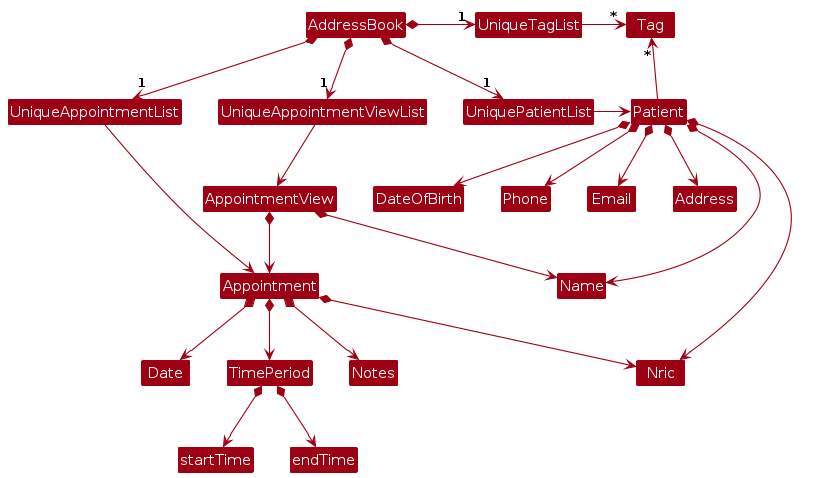
The PlantUML diagram diagrams/BetterModelClassDiagram.png in AY2324S2-CS2103T-F10-3/tp, before a commit. Its source is kept beside it as diagrams/BetterModelClassDiagram.puml.
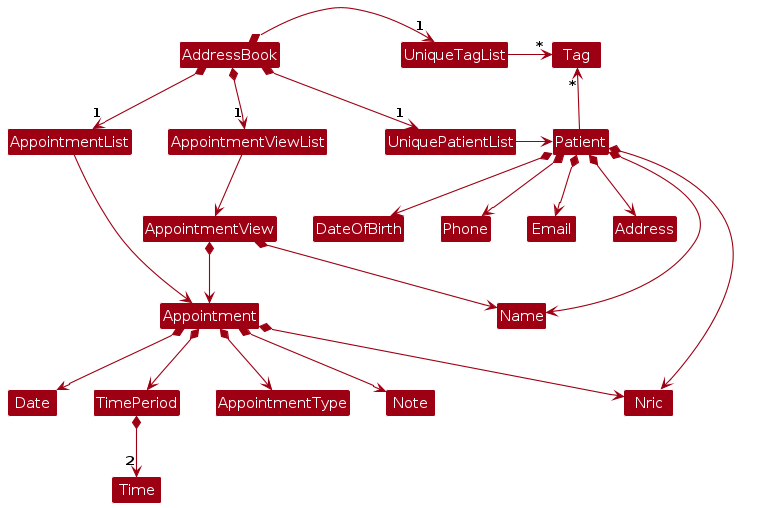
Above is the later version.

Change to the diagram source:
```diff
@@ -6,15 +6,20 @@
 
 AddressBook *-right-> "1" UniquePatientList
 AddressBook *-right-> "1" UniqueTagList
-AddressBook *-down-> "1" UniqueAppointmentList
-AddressBook *-down-> "1" UniqueAppointmentViewList
+AddressBook *-down-> "1" AppointmentList
+AddressBook *-down-> "1" AppointmentViewList
 UniqueTagList -[hidden]down- UniquePatientList
 UniqueTagList -[hidden]down- UniquePatientList
 
+Class I #FFFFFF
+UniqueTagList *-[hidden]left-> I
+I *-[hidden]left-> AddressBook
+
+
 UniqueTagList -right-> "*" Tag
 UniquePatientList -right-> Patient
-UniqueAppointmentList -down-> Appointment
-UniqueAppointmentViewList -down-> AppointmentView
+AppointmentList -down-> Appointment
+AppointmentViewList -down-> AppointmentView
 
 Patient -up-> "*" Tag
 
@@ -28,12 +33,12 @@
 Appointment *--> Nric
 Appointment *--> Date
 Appointment *--> TimePeriod
-Appointment *--> Notes
+Appointment *--> AppointmentType
+Appointment *--> Note
 
 AppointmentView *--> Name
 AppointmentView *--> Appointment
 
-TimePeriod *--> startTime
-TimePeriod *--> endTime
+TimePeriod *--> "2" Time
 
 @enduml
```
